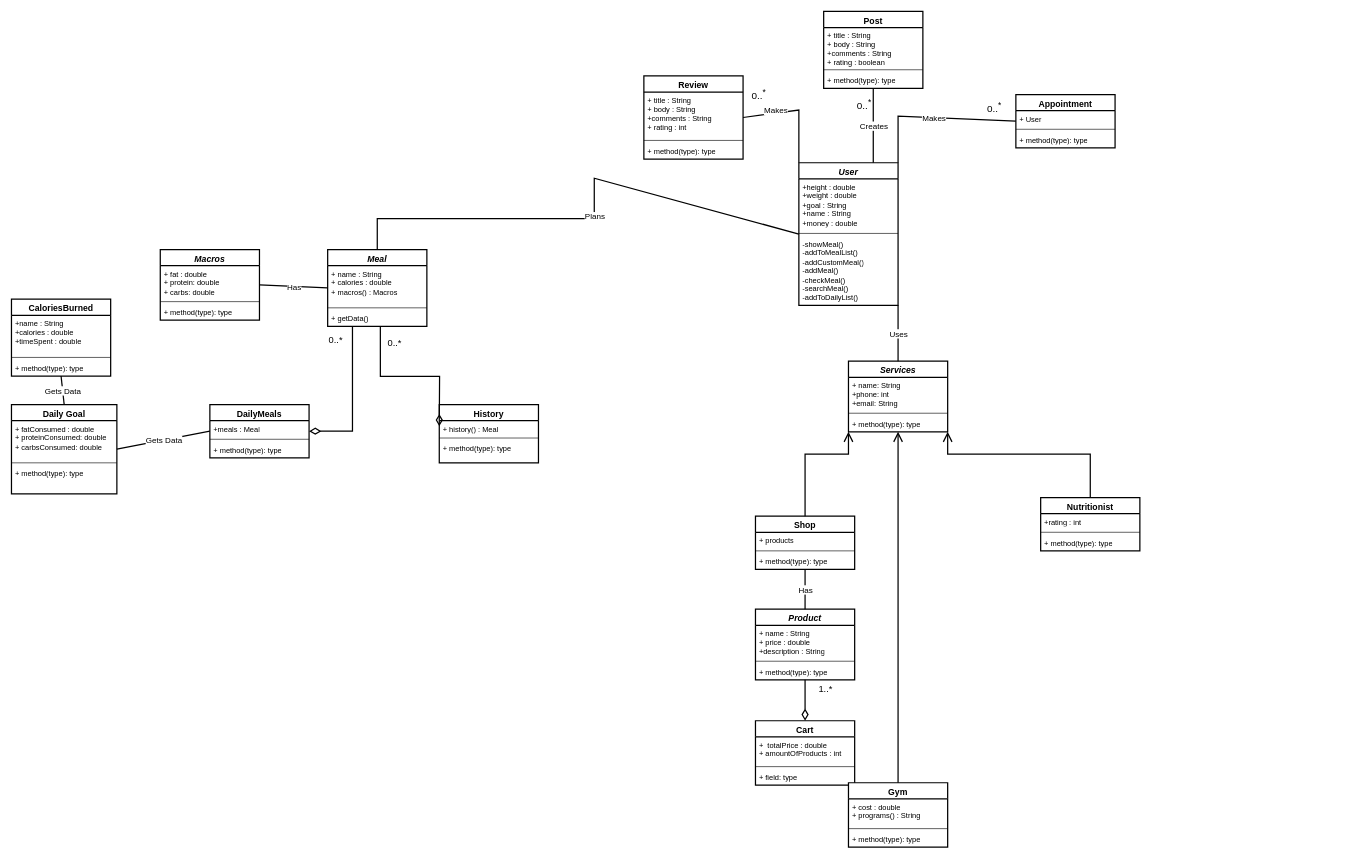
Earlier version of the draw.io diagram ΤΕΤΑΡΤΟ ΠΑΡΑΔΟΤΕΟ/DomainModelV3.drawio (Dionkaps/Eu-Zin). Source tidied: cells renumbered, new cells numbered last; positions are measured from the earlier drawing's top-left corner, leaving out a move shared by most shapes. Both pictures are drawn from the tidied source at 62%, with x=0, y=0 at pixel (11, 11).
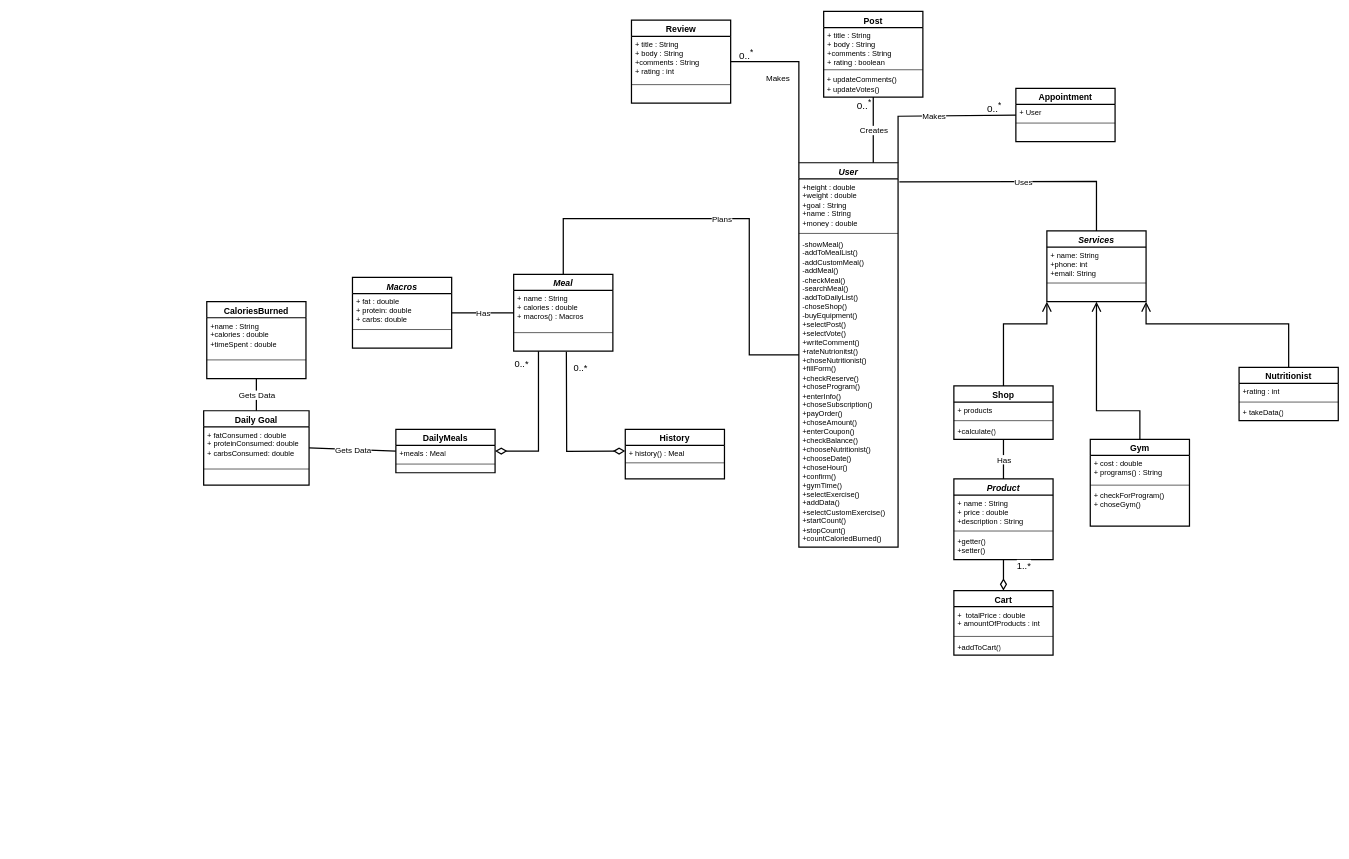
The same page after the edit.

Commit message:
Τελικό Domain

Unchanged cells that the change refers to:
```xml
<mxCell id="3" value="+height : double&lt;br&gt;+weight : double&lt;br&gt;+goal : String&lt;br&gt;+name : String&lt;br&gt;+money : double" style="text;strokeColor=none;fillColor=none;align=left;verticalAlign=top;spacingLeft=4;spacingRight=4;overflow=hidden;points=[[0,0.5],[1,0.5]];portConstraint=eastwest;whiteSpace=wrap;html=1;" parent="2" vertex="1">
  <mxGeometry y="26" width="160" height="84" as="geometry" />
</mxCell>
```

Diff of the diagram source:
```diff
@@
     <mxCell id="2" value="User" style="swimlane;fontStyle=3;align=center;verticalAlign=top;horizontal=1;startSize=26;rounded=0;shadow=0;strokeWidth=2;fontSize=14;" parent="1" vertex="1">
-      <mxGeometry x="1270" y="244" width="160" height="230" as="geometry" />
+      <mxGeometry x="1270" y="244" width="160" height="620" as="geometry" />
     </mxCell>
@@
-    <mxCell id="5" value="-showMeal()&lt;br&gt;-addToMealList()&lt;br&gt;-addCustomMeal()&lt;br&gt;-addMeal()&lt;br&gt;-checkMeal()&lt;br&gt;-searchMeal()&lt;br&gt;-addToDailyList()" style="text;strokeColor=none;fillColor=none;align=left;verticalAlign=top;spacingLeft=4;spacingRight=4;overflow=hidden;whiteSpace=wrap;html=1;" parent="2" vertex="1">
-      <mxGeometry y="118" width="160" height="112" as="geometry" />
+    <mxCell id="5" value="-showMeal()&lt;br&gt;-addToMealList()&lt;br&gt;-addCustomMeal()&lt;br&gt;-addMeal()&lt;br&gt;-checkMeal()&lt;br&gt;-searchMeal()&lt;br&gt;-addToDailyList()&lt;br&gt;-choseShop()&lt;br&gt;-buyEquipment()&lt;br&gt;+selectPost()&lt;br style=&quot;border-color: var(--border-color);&quot;&gt;+selectVote()&lt;br&gt;+writeComment()&lt;br&gt;+rateNutrionitst()&lt;br&gt;+choseNutritionist()&lt;br&gt;+fillForm()&lt;br&gt;+checkReserve()&lt;br&gt;+choseProgram()&lt;br&gt;+enterInfo()&lt;br&gt;+choseSubscription()&lt;br&gt;+payOrder()&lt;br&gt;+choseAmount()&lt;br&gt;+enterCoupon()&lt;br&gt;+checkBalance()&lt;br&gt;+chooseNutritionist()&lt;br&gt;+chooseDate()&lt;br&gt;+choseHour()&lt;br&gt;+confirm()&lt;br&gt;+gymTime()&lt;br&gt;+selectExercise()&lt;br&gt;+addData()&lt;br&gt;+selectCustomExercise()&lt;br&gt;+startCount()&lt;br&gt;+stopCount()&lt;br&gt;+countCaloriedBurned()" style="text;strokeColor=none;fillColor=none;align=left;verticalAlign=top;spacingLeft=4;spacingRight=4;overflow=hidden;whiteSpace=wrap;html=1;" parent="2" vertex="1">
+      <mxGeometry y="118" width="160" height="502" as="geometry" />
     </mxCell>
     <mxCell id="6" value="Meal" style="swimlane;fontStyle=3;align=center;verticalAlign=top;horizontal=1;startSize=26;rounded=0;shadow=0;strokeWidth=2;fontSize=14;" parent="1" vertex="1">
-      <mxGeometry x="510" y="384" width="160" height="124" as="geometry" />
+      <mxGeometry x="810" y="424" width="160" height="124" as="geometry" />
     </mxCell>
@@
-    <mxCell id="9" value="+&amp;nbsp;getData()" style="text;strokeColor=none;fillColor=none;align=left;verticalAlign=top;spacingLeft=4;spacingRight=4;overflow=hidden;points=[[0,0.5],[1,0.5]];portConstraint=eastwest;whiteSpace=wrap;html=1;" parent="6" vertex="1">
-      <mxGeometry y="98" width="160" height="26" as="geometry" />
-    </mxCell>
     <mxCell id="10" value="DailyMeals" style="swimlane;fontStyle=1;align=center;verticalAlign=top;horizontal=1;startSize=26;rounded=0;shadow=0;strokeWidth=2;fontSize=14;" parent="1" vertex="1">
-      <mxGeometry x="320" y="634" width="160" height="86" as="geometry" />
+      <mxGeometry x="620" y="674" width="160" height="70" as="geometry" />
     </mxCell>
@@
-    <mxCell id="13" value="+ method(type): type" style="text;strokeColor=none;fillColor=none;align=left;verticalAlign=top;spacingLeft=4;spacingRight=4;overflow=hidden;whiteSpace=wrap;html=1;" parent="10" vertex="1">
-      <mxGeometry y="60" width="160" height="26" as="geometry" />
-    </mxCell>
     <mxCell id="14" value="Nutritionist" style="swimlane;fontStyle=1;align=center;verticalAlign=top;horizontal=1;startSize=26;rounded=0;shadow=0;strokeWidth=2;fontSize=14;" parent="1" vertex="1">
-      <mxGeometry x="1660" y="784" width="160" height="86" as="geometry" />
+      <mxGeometry x="1980" y="574" width="160" height="86" as="geometry" />
     </mxCell>
@@
-    <mxCell id="17" value="+ method(type): type" style="text;strokeColor=none;fillColor=none;align=left;verticalAlign=top;spacingLeft=4;spacingRight=4;overflow=hidden;whiteSpace=wrap;html=1;" parent="14" vertex="1">
+    <mxCell id="17" value="+ takeData()" style="text;strokeColor=none;fillColor=none;align=left;verticalAlign=top;spacingLeft=4;spacingRight=4;overflow=hidden;whiteSpace=wrap;html=1;" parent="14" vertex="1">
       <mxGeometry y="60" width="160" height="26" as="geometry" />
     </mxCell>
     <mxCell id="18" value="Appointment" style="swimlane;fontStyle=1;align=center;verticalAlign=top;horizontal=1;startSize=26;rounded=0;shadow=0;strokeWidth=2;fontSize=14;" parent="1" vertex="1">
-      <mxGeometry x="1620" y="134" width="160" height="86" as="geometry" />
+      <mxGeometry x="1620" y="124" width="160" height="86" as="geometry" />
     </mxCell>
@@
-    <mxCell id="21" value="+ method(type): type" style="text;strokeColor=none;fillColor=none;align=left;verticalAlign=top;spacingLeft=4;spacingRight=4;overflow=hidden;whiteSpace=wrap;html=1;" parent="18" vertex="1">
-      <mxGeometry y="60" width="160" height="26" as="geometry" />
-    </mxCell>
     <mxCell id="22" value="Shop" style="swimlane;fontStyle=1;align=center;verticalAlign=top;horizontal=1;startSize=26;rounded=0;shadow=0;strokeWidth=2;fontSize=14;" parent="1" vertex="1">
-      <mxGeometry x="1200" y="814" width="160" height="86" as="geometry" />
+      <mxGeometry x="1520" y="604" width="160" height="86" as="geometry" />
     </mxCell>
@@
-    <mxCell id="25" value="+ method(type): type" style="text;strokeColor=none;fillColor=none;align=left;verticalAlign=top;spacingLeft=4;spacingRight=4;overflow=hidden;whiteSpace=wrap;html=1;" parent="22" vertex="1">
+    <mxCell id="25" value="+calculate()" style="text;strokeColor=none;fillColor=none;align=left;verticalAlign=top;spacingLeft=4;spacingRight=4;overflow=hidden;whiteSpace=wrap;html=1;" parent="22" vertex="1">
       <mxGeometry y="60" width="160" height="26" as="geometry" />
     </mxCell>
     <mxCell id="26" value="Product" style="swimlane;fontStyle=3;align=center;verticalAlign=top;horizontal=1;startSize=26;rounded=0;shadow=0;strokeWidth=2;fontSize=14;" parent="1" vertex="1">
-      <mxGeometry x="1200" y="964" width="160" height="114" as="geometry" />
+      <mxGeometry x="1520" y="754" width="160" height="130" as="geometry" />
     </mxCell>
@@
-    <mxCell id="29" value="+ method(type): type" style="text;strokeColor=none;fillColor=none;align=left;verticalAlign=top;spacingLeft=4;spacingRight=4;overflow=hidden;whiteSpace=wrap;html=1;" parent="26" vertex="1">
-      <mxGeometry y="88" width="160" height="26" as="geometry" />
+    <mxCell id="29" value="+getter()&lt;br&gt;+setter()" style="text;strokeColor=none;fillColor=none;align=left;verticalAlign=top;spacingLeft=4;spacingRight=4;overflow=hidden;whiteSpace=wrap;html=1;" parent="26" vertex="1">
+      <mxGeometry y="88" width="160" height="42" as="geometry" />
     </mxCell>
     <mxCell id="30" value="Cart" style="swimlane;fontStyle=1;align=center;verticalAlign=top;horizontal=1;startSize=26;rounded=0;shadow=0;strokeWidth=2;fontSize=14;" parent="1" vertex="1">
-      <mxGeometry x="1200" y="1144" width="160" height="104" as="geometry" />
+      <mxGeometry x="1520" y="934" width="160" height="104" as="geometry" />
     </mxCell>
@@
-    <mxCell id="33" value="+ field: type" style="text;strokeColor=none;fillColor=none;align=left;verticalAlign=top;spacingLeft=4;spacingRight=4;overflow=hidden;whiteSpace=wrap;html=1;" parent="30" vertex="1">
+    <mxCell id="33" value="+addToCart()" style="text;strokeColor=none;fillColor=none;align=left;verticalAlign=top;spacingLeft=4;spacingRight=4;overflow=hidden;whiteSpace=wrap;html=1;" parent="30" vertex="1">
       <mxGeometry y="78" width="160" height="26" as="geometry" />
     </mxCell>
     <mxCell id="34" value="Gym" style="swimlane;fontStyle=1;align=center;verticalAlign=top;horizontal=1;startSize=26;rounded=0;shadow=0;strokeWidth=2;fontSize=14;" parent="1" vertex="1">
-      <mxGeometry x="1350" y="1244" width="160" height="104" as="geometry" />
+      <mxGeometry x="1740" y="690" width="160" height="140" as="geometry" />
     </mxCell>
@@
-    <mxCell id="37" value="+ method(type): type" style="text;strokeColor=none;fillColor=none;align=left;verticalAlign=top;spacingLeft=4;spacingRight=4;overflow=hidden;whiteSpace=wrap;html=1;" parent="34" vertex="1">
-      <mxGeometry y="78" width="160" height="26" as="geometry" />
+    <mxCell id="37" value="+ checkForProgram()&lt;br&gt;+&amp;nbsp;choseGym()&lt;br&gt;" style="text;strokeColor=none;fillColor=none;align=left;verticalAlign=top;spacingLeft=4;spacingRight=4;overflow=hidden;whiteSpace=wrap;html=1;" parent="34" vertex="1">
+      <mxGeometry y="78" width="160" height="42" as="geometry" />
     </mxCell>
     <mxCell id="38" value="CaloriesBurned" style="swimlane;fontStyle=1;align=center;verticalAlign=top;horizontal=1;startSize=26;rounded=0;shadow=0;strokeWidth=2;fontSize=14;" parent="1" vertex="1">
-      <mxGeometry y="464" width="160" height="124" as="geometry" />
+      <mxGeometry x="315" y="468" width="160" height="124" as="geometry" />
     </mxCell>
@@
-    <mxCell id="41" value="+ method(type): type" style="text;strokeColor=none;fillColor=none;align=left;verticalAlign=top;spacingLeft=4;spacingRight=4;overflow=hidden;whiteSpace=wrap;html=1;" parent="38" vertex="1">
-      <mxGeometry y="98" width="160" height="26" as="geometry" />
-    </mxCell>
     <mxCell id="42" value="History" style="swimlane;fontStyle=1;align=center;verticalAlign=top;horizontal=1;startSize=26;rounded=0;shadow=0;strokeWidth=2;fontSize=14;" parent="1" vertex="1">
-      <mxGeometry x="690" y="634" width="160" height="94" as="geometry" />
+      <mxGeometry x="990" y="674" width="160" height="80" as="geometry" />
     </mxCell>
@@
-    <mxCell id="45" value="+ method(type): type" style="text;strokeColor=none;fillColor=none;align=left;verticalAlign=top;spacingLeft=4;spacingRight=4;overflow=hidden;whiteSpace=wrap;html=1;" parent="42" vertex="1">
-      <mxGeometry y="58" width="160" height="26" as="geometry" />
-    </mxCell>
     <mxCell id="46" value="Services" style="swimlane;fontStyle=3;align=center;verticalAlign=top;horizontal=1;startSize=26;rounded=0;shadow=0;strokeWidth=2;fontSize=14;" parent="1" vertex="1">
-      <mxGeometry x="1350" y="564" width="160" height="114" as="geometry" />
+      <mxGeometry x="1670" y="354" width="160" height="114" as="geometry" />
     </mxCell>
@@
-    <mxCell id="49" value="+ method(type): type" style="text;strokeColor=none;fillColor=none;align=left;verticalAlign=top;spacingLeft=4;spacingRight=4;overflow=hidden;whiteSpace=wrap;html=1;" parent="46" vertex="1">
-      <mxGeometry y="88" width="160" height="26" as="geometry" />
-    </mxCell>
     <mxCell id="50" style="endArrow=open;endFill=1;endSize=12;html=1;rounded=0;exitX=0.5;exitY=0;exitDx=0;exitDy=0;entryX=0;entryY=1;entryDx=0;entryDy=0;strokeWidth=2;fontSize=14;fontStyle=1;" parent="1" edge="1" source="22" target="46">
       <mxGeometry relative="1" as="geometry">
         <Array as="points">
-          <mxPoint x="1280" y="714" />
-          <mxPoint x="1350" y="714" />
+          <mxPoint x="1600" y="504" />
+          <mxPoint x="1670" y="504" />
         </Array>
       </mxGeometry>
     </mxCell>
     <mxCell id="51" style="endArrow=open;endFill=1;endSize=12;html=1;rounded=0;exitX=0.5;exitY=0;exitDx=0;exitDy=0;entryX=0.5;entryY=1;entryDx=0;entryDy=0;strokeWidth=2;fontSize=14;fontStyle=1;" parent="1" edge="1" source="34" target="46">
-      <mxGeometry relative="1" as="geometry" />
+      <mxGeometry relative="1" as="geometry">
+        <Array as="points">
+          <mxPoint x="1820" y="644" />
+          <mxPoint x="1750" y="644" />
+          <mxPoint x="1750" y="564" />
+        </Array>
+      </mxGeometry>
     </mxCell>
@@
-    <mxCell id="57" value="0..*" style="endArrow=none;html=1;endSize=12;startArrow=diamondThin;startSize=14;startFill=0;edgeStyle=orthogonalEdgeStyle;align=left;verticalAlign=bottom;rounded=0;strokeWidth=2;exitX=0;exitY=0.5;exitDx=0;exitDy=0;fontSize=15;endFill=0;entryX=0.531;entryY=1.038;entryDx=0;entryDy=0;entryPerimeter=0;" parent="1" edge="1" target="9">
+    <mxCell id="57" value="0..*" style="endArrow=none;html=1;endSize=12;startArrow=diamondThin;startSize=14;startFill=0;edgeStyle=orthogonalEdgeStyle;align=left;verticalAlign=bottom;rounded=0;strokeWidth=2;exitX=0;exitY=0.5;exitDx=0;exitDy=0;fontSize=15;endFill=0;entryX=0.531;entryY=1.038;entryDx=0;entryDy=0;entryPerimeter=0;" parent="1" edge="1">
       <mxGeometry x="0.71" y="-10" relative="1" as="geometry">
-        <mxPoint x="690" y="669" as="sourcePoint" />
+        <mxPoint x="990" y="709" as="sourcePoint" />
+        <mxPoint x="895" y="549" as="targetPoint" />
       </mxGeometry>
     </mxCell>
     <mxCell id="58" value="&lt;font style=&quot;font-size: 15px;&quot;&gt;1..*&lt;/font&gt;" style="endArrow=none;html=1;endSize=12;startArrow=diamondThin;startSize=14;startFill=0;edgeStyle=orthogonalEdgeStyle;align=left;verticalAlign=bottom;rounded=0;strokeWidth=2;exitX=0.5;exitY=0;exitDx=0;exitDy=0;fontSize=13;entryX=0.5;entryY=1;entryDx=0;entryDy=0;endFill=0;" parent="1" edge="1" source="30" target="26">
-      <mxGeometry x="0.21" y="-20" relative="1" as="geometry" />
+      <mxGeometry x="0.2" y="-20" relative="1" as="geometry">
+        <mxPoint y="1" as="offset" />
+      </mxGeometry>
     </mxCell>
     <mxCell id="59" style="endArrow=none;html=1;rounded=0;anchorPointDirection=1;startFill=1;endFill=0;strokeWidth=2;exitX=0;exitY=0.5;exitDx=0;exitDy=0;entryX=0.5;entryY=0;entryDx=0;entryDy=0;" parent="1" edge="1" source="2" target="6">
       <mxGeometry relative="1" as="geometry">
         <Array as="points">
-          <mxPoint x="940" y="269" />
+          <mxPoint x="1190" y="554" />
+          <mxPoint x="1190" y="394" />
+          <mxPoint x="1190" y="334" />
+          <mxPoint x="1020" y="334" />
           <mxPoint x="940" y="334" />
-          <mxPoint x="590" y="334" />
+          <mxPoint x="890" y="334" />
         </Array>
       </mxGeometry>
     </mxCell>
@@
-    <mxCell id="61" style="endArrow=none;html=1;rounded=0;anchorPointDirection=1;startFill=1;endFill=0;strokeWidth=2;entryX=0.5;entryY=0;entryDx=0;entryDy=0;exitX=1;exitY=1;exitDx=0;exitDy=0;" parent="1" edge="1" source="2" target="46">
-      <mxGeometry relative="1" as="geometry" />
+    <mxCell id="61" style="endArrow=none;html=1;rounded=0;anchorPointDirection=1;startFill=1;endFill=0;strokeWidth=2;entryX=0.5;entryY=0;entryDx=0;entryDy=0;exitX=1.013;exitY=0.06;exitDx=0;exitDy=0;exitPerimeter=0;" parent="1" edge="1" source="3" target="46">
+      <mxGeometry relative="1" as="geometry">
+        <Array as="points">
+          <mxPoint x="1750" y="274" />
+        </Array>
+      </mxGeometry>
     </mxCell>
@@
     <mxCell id="63" style="endArrow=open;endFill=1;endSize=12;html=1;rounded=0;strokeWidth=2;fontSize=14;fontStyle=1;exitX=0.5;exitY=0;exitDx=0;exitDy=0;entryX=1;entryY=1;entryDx=0;entryDy=0;" parent="1" edge="1" source="14" target="46">
       <mxGeometry relative="1" as="geometry">
         <Array as="points">
-          <mxPoint x="1740" y="714" />
-          <mxPoint x="1510" y="714" />
+          <mxPoint x="2060" y="504" />
+          <mxPoint x="1830" y="504" />
         </Array>
       </mxGeometry>
     </mxCell>
     <mxCell id="64" value="Daily Goal" style="swimlane;fontStyle=1;align=center;verticalAlign=top;horizontal=1;startSize=26;rounded=0;shadow=0;strokeWidth=2;fontSize=14;" parent="1" vertex="1">
-      <mxGeometry y="634" width="170" height="144" as="geometry" />
+      <mxGeometry x="310" y="644" width="170" height="120" as="geometry" />
     </mxCell>
@@
-    <mxCell id="67" value="+ method(type): type" style="text;strokeColor=none;fillColor=none;align=left;verticalAlign=top;spacingLeft=4;spacingRight=4;overflow=hidden;whiteSpace=wrap;html=1;" parent="64" vertex="1">
-      <mxGeometry y="98" width="170" height="26" as="geometry" />
-    </mxCell>
@@
     <mxCell id="72" value="Macros" style="swimlane;fontStyle=3;align=center;verticalAlign=top;horizontal=1;startSize=26;rounded=0;shadow=0;strokeWidth=2;fontSize=14;" parent="1" vertex="1">
-      <mxGeometry x="240" y="384" width="160" height="114" as="geometry" />
+      <mxGeometry x="550" y="429" width="160" height="114" as="geometry" />
     </mxCell>
@@
-    <mxCell id="75" value="+ method(type): type" style="text;strokeColor=none;fillColor=none;align=left;verticalAlign=top;spacingLeft=4;spacingRight=4;overflow=hidden;whiteSpace=wrap;html=1;" parent="72" vertex="1">
-      <mxGeometry y="88" width="160" height="26" as="geometry" />
-    </mxCell>
@@
     <mxCell id="78" value="Post" style="swimlane;fontStyle=1;align=center;verticalAlign=top;horizontal=1;startSize=26;rounded=0;shadow=0;strokeWidth=2;fontSize=14;" parent="1" vertex="1">
-      <mxGeometry x="1310" width="160" height="124" as="geometry" />
+      <mxGeometry x="1310" width="160" height="138" as="geometry" />
     </mxCell>
@@
-    <mxCell id="81" value="+ method(type): type" style="text;strokeColor=none;fillColor=none;align=left;verticalAlign=top;spacingLeft=4;spacingRight=4;overflow=hidden;whiteSpace=wrap;html=1;" parent="78" vertex="1">
-      <mxGeometry y="98" width="160" height="26" as="geometry" />
-    </mxCell>
+    <mxCell id="93" value="&amp;nbsp;+ updateComments()&lt;br&gt;&amp;nbsp;+ updateVotes()" style="text;html=1;align=left;verticalAlign=middle;strokeColor=none;fillColor=none;" parent="78" vertex="1">
+      <mxGeometry y="98" width="160" height="40" as="geometry" />
+    </mxCell>
@@
     <mxCell id="84" value="Review" style="swimlane;fontStyle=1;align=center;verticalAlign=top;horizontal=1;startSize=26;rounded=0;shadow=0;strokeWidth=2;fontSize=14;" parent="1" vertex="1">
-      <mxGeometry x="1020" y="104" width="160" height="134" as="geometry" />
+      <mxGeometry x="1000" y="14" width="160" height="134" as="geometry" />
     </mxCell>
@@
-    <mxCell id="87" value="+ method(type): type" style="text;strokeColor=none;fillColor=none;align=left;verticalAlign=top;spacingLeft=4;spacingRight=4;overflow=hidden;whiteSpace=wrap;html=1;" parent="84" vertex="1">
-      <mxGeometry y="108" width="160" height="26" as="geometry" />
-    </mxCell>
     <mxCell id="88" style="endArrow=none;html=1;rounded=0;anchorPointDirection=1;startFill=1;endFill=0;strokeWidth=2;exitX=0;exitY=0;exitDx=0;exitDy=0;entryX=1;entryY=0.5;entryDx=0;entryDy=0;" parent="1" edge="1" source="2" target="84">
       <mxGeometry relative="1" as="geometry">
         <Array as="points">
           <mxPoint x="1270" y="159" />
+          <mxPoint x="1270" y="81" />
         </Array>
       </mxGeometry>
     </mxCell>
@@
     <mxCell id="92" value="&lt;font style=&quot;font-size: 16px;&quot;&gt;0..&lt;sup&gt;*&lt;/sup&gt;&lt;/font&gt;" style="text;html=1;align=center;verticalAlign=middle;strokeColor=none;fillColor=none;" parent="1" vertex="1">
-      <mxGeometry x="1180" y="114" width="50" height="40" as="geometry" />
+      <mxGeometry x="1160" y="49" width="50" height="40" as="geometry" />
     </mxCell>
```
